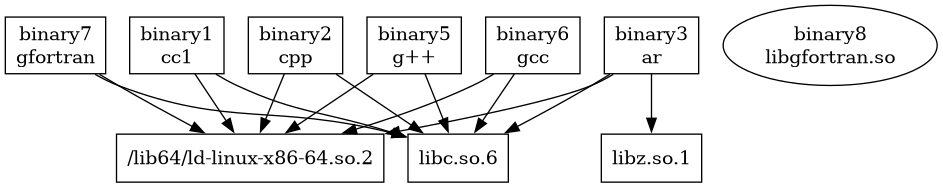
This is scripts/sbom_graph.png from p7k-S/ISPuaro, a Graphviz export, as it was before one commit. Its source is kept beside it as scripts/sbom_graph.dot. Its diagram source:
```dot
digraph SBOM {
    node [shape=record];
    "2bc75fa5ad779c5329d271546bcf9f65" [label="binary1\ncc1", shape=box];
    "2bc75fa5ad779c5329d271546bcf9f65" -> "libc.so.6";
    "2bc75fa5ad779c5329d271546bcf9f65" -> "/lib64/ld-linux-x86-64.so.2";
    "2f25beac43c57116de46e227db57d08b" [label="binary2\ncpp", shape=box];
    "2f25beac43c57116de46e227db57d08b" -> "libc.so.6";
    "2f25beac43c57116de46e227db57d08b" -> "/lib64/ld-linux-x86-64.so.2";
    "ca21ec459bc61bf3f37b802de95643b5" [label="binary3\nar", shape=box];
    "ca21ec459bc61bf3f37b802de95643b5" -> "libz.so.1";
    "ca21ec459bc61bf3f37b802de95643b5" -> "libc.so.6";
    "ca21ec459bc61bf3f37b802de95643b5" -> "/lib64/ld-linux-x86-64.so.2";
    "9d7a37a8d8926db082066c37ff6852fc" [label="binary5\ng++", shape=box];
    "9d7a37a8d8926db082066c37ff6852fc" -> "libc.so.6";
    "9d7a37a8d8926db082066c37ff6852fc" -> "/lib64/ld-linux-x86-64.so.2";
    "146b59f46d09b9234d28aa1db18a8e88" [label="binary6\ngcc", shape=box];
    "146b59f46d09b9234d28aa1db18a8e88" -> "libc.so.6";
    "146b59f46d09b9234d28aa1db18a8e88" -> "/lib64/ld-linux-x86-64.so.2";
    "40aa837904b50328ebbf3a3380e966dc" [label="binary7\ngfortran", shape=box];
    "40aa837904b50328ebbf3a3380e966dc" -> "libc.so.6";
    "40aa837904b50328ebbf3a3380e966dc" -> "/lib64/ld-linux-x86-64.so.2";
    "26baa7feee82f39e2738cfe1f603d776" [label="binary8\nlibgfortran.so", shape=ellipse];
}
```
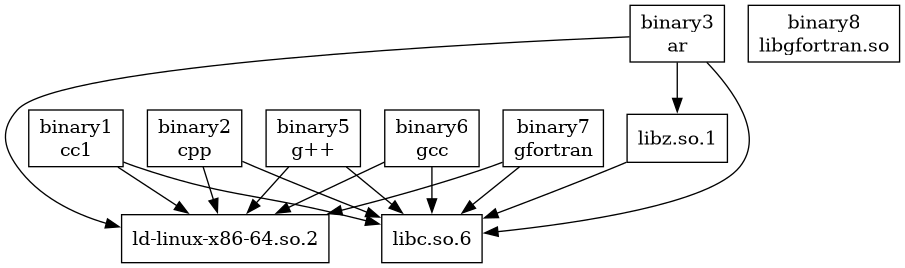
After the change.

What changed in the source:
```diff
@@ -1,23 +1,27 @@
 digraph SBOM {
     node [shape=record];
     "2bc75fa5ad779c5329d271546bcf9f65" [label="binary1\ncc1", shape=box];
-    "2bc75fa5ad779c5329d271546bcf9f65" -> "libc.so.6";
-    "2bc75fa5ad779c5329d271546bcf9f65" -> "/lib64/ld-linux-x86-64.so.2";
+    "2bc75fa5ad779c5329d271546bcf9f65" -> "009a09df458d78514d3f7324b74da26c";
+    "2bc75fa5ad779c5329d271546bcf9f65" -> "786209f5ea18ea186d34979aa51f3343";
+    "009a09df458d78514d3f7324b74da26c" [label="libc.so.6\n", shape=box];
+    "786209f5ea18ea186d34979aa51f3343" [label="ld-linux-x86-64.so.2\n", shape=box];
     "2f25beac43c57116de46e227db57d08b" [label="binary2\ncpp", shape=box];
-    "2f25beac43c57116de46e227db57d08b" -> "libc.so.6";
-    "2f25beac43c57116de46e227db57d08b" -> "/lib64/ld-linux-x86-64.so.2";
+    "2f25beac43c57116de46e227db57d08b" -> "009a09df458d78514d3f7324b74da26c";
+    "2f25beac43c57116de46e227db57d08b" -> "786209f5ea18ea186d34979aa51f3343";
     "ca21ec459bc61bf3f37b802de95643b5" [label="binary3\nar", shape=box];
-    "ca21ec459bc61bf3f37b802de95643b5" -> "libz.so.1";
-    "ca21ec459bc61bf3f37b802de95643b5" -> "libc.so.6";
-    "ca21ec459bc61bf3f37b802de95643b5" -> "/lib64/ld-linux-x86-64.so.2";
+    "ca21ec459bc61bf3f37b802de95643b5" -> "a472f69d270ee71120f52afd509771bc";
+    "ca21ec459bc61bf3f37b802de95643b5" -> "009a09df458d78514d3f7324b74da26c";
+    "ca21ec459bc61bf3f37b802de95643b5" -> "786209f5ea18ea186d34979aa51f3343";
+    "a472f69d270ee71120f52afd509771bc" [label="libz.so.1\n", shape=box];
+    "a472f69d270ee71120f52afd509771bc" -> "009a09df458d78514d3f7324b74da26c";
     "9d7a37a8d8926db082066c37ff6852fc" [label="binary5\ng++", shape=box];
-    "9d7a37a8d8926db082066c37ff6852fc" -> "libc.so.6";
-    "9d7a37a8d8926db082066c37ff6852fc" -> "/lib64/ld-linux-x86-64.so.2";
+    "9d7a37a8d8926db082066c37ff6852fc" -> "009a09df458d78514d3f7324b74da26c";
+    "9d7a37a8d8926db082066c37ff6852fc" -> "786209f5ea18ea186d34979aa51f3343";
     "146b59f46d09b9234d28aa1db18a8e88" [label="binary6\ngcc", shape=box];
-    "146b59f46d09b9234d28aa1db18a8e88" -> "libc.so.6";
-    "146b59f46d09b9234d28aa1db18a8e88" -> "/lib64/ld-linux-x86-64.so.2";
+    "146b59f46d09b9234d28aa1db18a8e88" -> "009a09df458d78514d3f7324b74da26c";
+    "146b59f46d09b9234d28aa1db18a8e88" -> "786209f5ea18ea186d34979aa51f3343";
     "40aa837904b50328ebbf3a3380e966dc" [label="binary7\ngfortran", shape=box];
-    "40aa837904b50328ebbf3a3380e966dc" -> "libc.so.6";
-    "40aa837904b50328ebbf3a3380e966dc" -> "/lib64/ld-linux-x86-64.so.2";
-    "26baa7feee82f39e2738cfe1f603d776" [label="binary8\nlibgfortran.so", shape=ellipse];
+    "40aa837904b50328ebbf3a3380e966dc" -> "009a09df458d78514d3f7324b74da26c";
+    "40aa837904b50328ebbf3a3380e966dc" -> "786209f5ea18ea186d34979aa51f3343";
+    "26baa7feee82f39e2738cfe1f603d776" [label="binary8\nlibgfortran.so", shape=box];
 }
```
